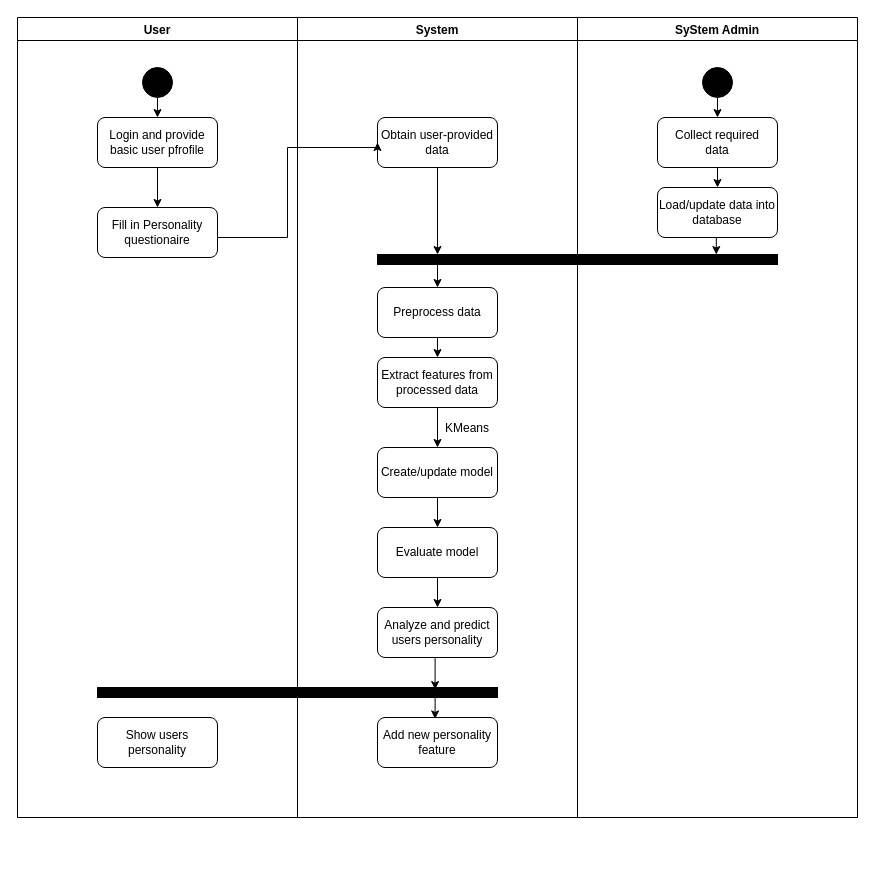
This is Activity diagram.drawio from JohnMugambi/Files, a draw.io file, before an edit. Source tidied: cells renumbered, new cells numbered last; positions are measured from the earlier drawing's top-left corner, leaving out a move shared by most shapes. Both pictures are drawn from the tidied source at 100%, with x=0, y=0 at pixel (17, 17).
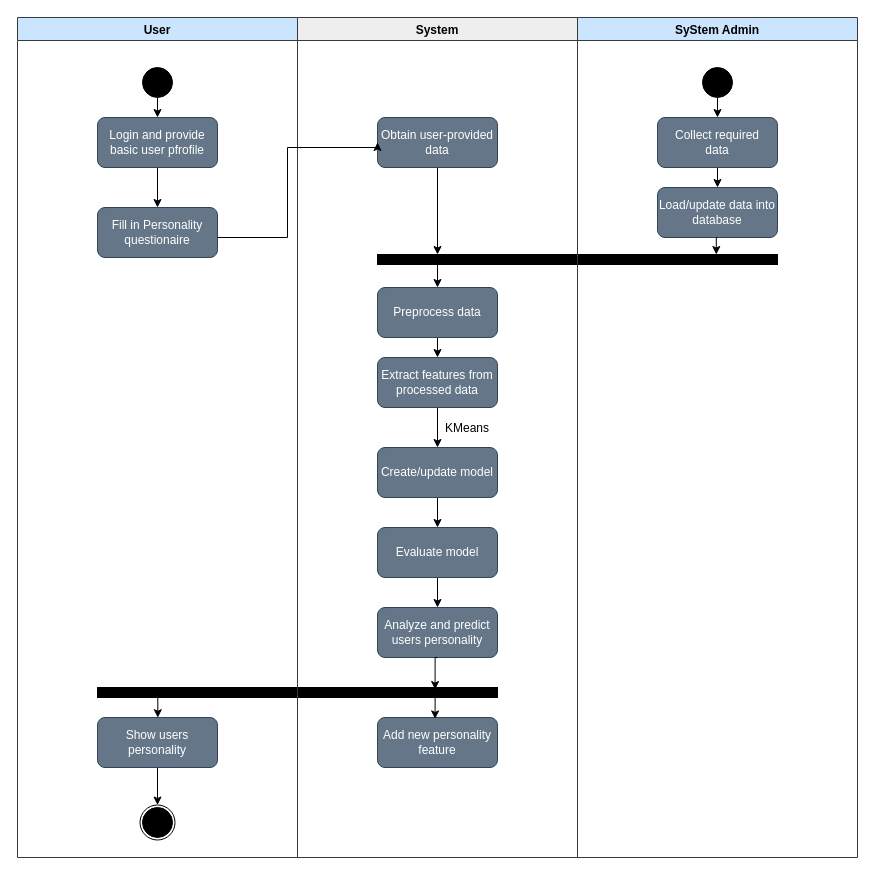
After the change.

The edit, as a diff of the source:
```diff
@@
-    <mxCell id="2" value="User" style="swimlane;" parent="1" vertex="1">
-      <mxGeometry width="280" height="800" as="geometry" />
+    <mxCell id="2" value="User" style="swimlane;fillColor=#cce5ff;strokeColor=#36393d;" parent="1" vertex="1">
+      <mxGeometry width="280" height="840" as="geometry" />
     </mxCell>
@@
-    <mxCell id="4" value="&lt;div&gt;Login and provide&lt;/div&gt;&lt;div&gt;basic user pfrofile&lt;br&gt;&lt;/div&gt;" style="rounded=1;whiteSpace=wrap;html=1;" parent="2" vertex="1">
+    <mxCell id="4" value="&lt;div&gt;Login and provide&lt;/div&gt;&lt;div&gt;basic user pfrofile&lt;br&gt;&lt;/div&gt;" style="rounded=1;whiteSpace=wrap;html=1;fillColor=#647687;strokeColor=#314354;fontColor=#ffffff;" parent="2" vertex="1">
       <mxGeometry x="80" y="100" width="120" height="50" as="geometry" />
     </mxCell>
@@
-    <mxCell id="7" value="&lt;div&gt;Fill in Personality &lt;br&gt;&lt;/div&gt;&lt;div&gt;questionaire&lt;br&gt;&lt;/div&gt;" style="rounded=1;whiteSpace=wrap;html=1;" parent="2" vertex="1">
+    <mxCell id="7" value="&lt;div&gt;Fill in Personality &lt;br&gt;&lt;/div&gt;&lt;div&gt;questionaire&lt;br&gt;&lt;/div&gt;" style="rounded=1;whiteSpace=wrap;html=1;fillColor=#647687;strokeColor=#314354;fontColor=#ffffff;" parent="2" vertex="1">
       <mxGeometry x="80" y="190" width="120" height="50" as="geometry" />
     </mxCell>
+    <mxCell id="36" style="edgeStyle=orthogonalEdgeStyle;rounded=0;orthogonalLoop=1;jettySize=auto;html=1;exitX=0.25;exitY=1;exitDx=0;exitDy=0;entryX=0.561;entryY=0.004;entryDx=0;entryDy=0;entryPerimeter=0;" parent="2" edge="1">
+      <mxGeometry relative="1" as="geometry">
+        <mxPoint x="173" y="680" as="sourcePoint" />
+        <mxPoint x="140.3" y="700.2" as="targetPoint" />
+      </mxGeometry>
+    </mxCell>
@@
+    <mxCell id="37" style="edgeStyle=orthogonalEdgeStyle;rounded=0;jettySize=auto;html=1;exitX=0.5;exitY=1;exitDx=0;exitDy=0;entryX=0.5;entryY=0;entryDx=0;entryDy=0;" parent="2" edge="1" source="9" target="39">
+      <mxGeometry relative="1" as="geometry" />
+    </mxCell>
-    <mxCell id="9" value="Show users personality" style="rounded=1;whiteSpace=wrap;html=1;" parent="2" vertex="1">
+    <mxCell id="9" value="Show users personality" style="rounded=1;whiteSpace=wrap;html=1;fillColor=#647687;strokeColor=#314354;fontColor=#ffffff;" parent="2" vertex="1">
       <mxGeometry x="80" y="700" width="120" height="50" as="geometry" />
     </mxCell>
+    <mxCell id="38" style="group;" parent="2" vertex="1">
+      <mxGeometry x="122.5" y="787.5" width="35" height="35" as="geometry" />
+    </mxCell>
+    <mxCell id="39" style="ellipse;whiteSpace=wrap;html=1;fillColor=#FFFFFF;strokeColor=default;" parent="38" vertex="1">
+      <mxGeometry width="35" height="35" as="geometry" />
+    </mxCell>
+    <mxCell id="40" style="ellipse;whiteSpace=wrap;html=1;fillColor=#000000;" parent="38" vertex="1">
+      <mxGeometry x="2.5" y="2.5" width="30" height="30" as="geometry" />
+    </mxCell>
-    <mxCell id="10" value="System" style="swimlane;" parent="1" vertex="1">
-      <mxGeometry x="280" width="280" height="800" as="geometry" />
+    <mxCell id="10" value="System" style="swimlane;fillColor=#eeeeee;strokeColor=#36393d;" parent="1" vertex="1">
+      <mxGeometry x="280" width="280" height="840" as="geometry" />
     </mxCell>
@@
-    <mxCell id="12" value="&lt;div&gt;Obtain user-provided&lt;/div&gt;&lt;div&gt;data&lt;br&gt;&lt;/div&gt;" style="rounded=1;whiteSpace=wrap;html=1;" parent="10" vertex="1">
+    <mxCell id="12" value="&lt;div&gt;Obtain user-provided&lt;/div&gt;&lt;div&gt;data&lt;br&gt;&lt;/div&gt;" style="rounded=1;whiteSpace=wrap;html=1;fillColor=#647687;strokeColor=#314354;fontColor=#ffffff;" parent="10" vertex="1">
       <mxGeometry x="80" y="100" width="120" height="50" as="geometry" />
     </mxCell>
@@
-    <mxCell id="16" value="Preprocess data" style="rounded=1;whiteSpace=wrap;html=1;" parent="10" vertex="1">
+    <mxCell id="16" value="Preprocess data" style="rounded=1;whiteSpace=wrap;html=1;fillColor=#647687;strokeColor=#314354;fontColor=#ffffff;" parent="10" vertex="1">
       <mxGeometry x="80" y="270" width="120" height="50" as="geometry" />
     </mxCell>
@@
-    <mxCell id="18" value="Extract features from processed data" style="rounded=1;whiteSpace=wrap;html=1;" parent="10" vertex="1">
+    <mxCell id="18" value="Extract features from processed data" style="rounded=1;whiteSpace=wrap;html=1;fillColor=#647687;strokeColor=#314354;fontColor=#ffffff;" parent="10" vertex="1">
       <mxGeometry x="80" y="340" width="120" height="50" as="geometry" />
     </mxCell>
@@
-    <mxCell id="20" value="Create/update model" style="rounded=1;whiteSpace=wrap;html=1;" parent="10" vertex="1">
+    <mxCell id="20" value="Create/update model" style="rounded=1;whiteSpace=wrap;html=1;fillColor=#647687;strokeColor=#314354;fontColor=#ffffff;" parent="10" vertex="1">
       <mxGeometry x="80" y="430" width="120" height="50" as="geometry" />
     </mxCell>
@@
-    <mxCell id="23" value="Evaluate model" style="rounded=1;whiteSpace=wrap;html=1;" parent="10" vertex="1">
+    <mxCell id="23" value="Evaluate model" style="rounded=1;whiteSpace=wrap;html=1;fillColor=#647687;strokeColor=#314354;fontColor=#ffffff;" parent="10" vertex="1">
       <mxGeometry x="80" y="510" width="120" height="50" as="geometry" />
     </mxCell>
-    <mxCell id="24" value="Analyze and predict users personality" style="rounded=1;whiteSpace=wrap;html=1;" parent="10" vertex="1">
+    <mxCell id="24" value="Analyze and predict users personality" style="rounded=1;whiteSpace=wrap;html=1;fillColor=#647687;strokeColor=#314354;fontColor=#ffffff;" parent="10" vertex="1">
       <mxGeometry x="80" y="590" width="120" height="50" as="geometry" />
     </mxCell>
-    <mxCell id="25" value="Add new personality feature" style="rounded=1;whiteSpace=wrap;html=1;" parent="10" vertex="1">
+    <mxCell id="25" value="Add new personality feature" style="rounded=1;whiteSpace=wrap;html=1;fillColor=#647687;strokeColor=#314354;fontColor=#ffffff;" parent="10" vertex="1">
       <mxGeometry x="80" y="700" width="120" height="50" as="geometry" />
     </mxCell>
-    <mxCell id="26" value="SyStem Admin" style="swimlane;" parent="1" vertex="1">
-      <mxGeometry x="560" width="280" height="800" as="geometry" />
+    <mxCell id="26" value="SyStem Admin" style="swimlane;fillColor=#cce5ff;strokeColor=#36393d;" parent="1" vertex="1">
+      <mxGeometry x="560" width="280" height="840" as="geometry" />
     </mxCell>
@@
-    <mxCell id="28" value="&lt;div&gt;Collect required&lt;/div&gt;&lt;div&gt;data&lt;br&gt;&lt;/div&gt;" style="rounded=1;whiteSpace=wrap;html=1;" parent="26" vertex="1">
+    <mxCell id="28" value="&lt;div&gt;Collect required&lt;/div&gt;&lt;div&gt;data&lt;br&gt;&lt;/div&gt;" style="rounded=1;whiteSpace=wrap;html=1;fillColor=#647687;strokeColor=#314354;fontColor=#ffffff;" parent="26" vertex="1">
       <mxGeometry x="80" y="100" width="120" height="50" as="geometry" />
     </mxCell>
@@
-    <mxCell id="31" value="Load/update data into database" style="rounded=1;whiteSpace=wrap;html=1;" parent="26" vertex="1">
+    <mxCell id="31" value="Load/update data into database" style="rounded=1;whiteSpace=wrap;html=1;fillColor=#647687;strokeColor=#314354;fontColor=#ffffff;" parent="26" vertex="1">
       <mxGeometry x="80" y="170" width="120" height="50" as="geometry" />
     </mxCell>
```
